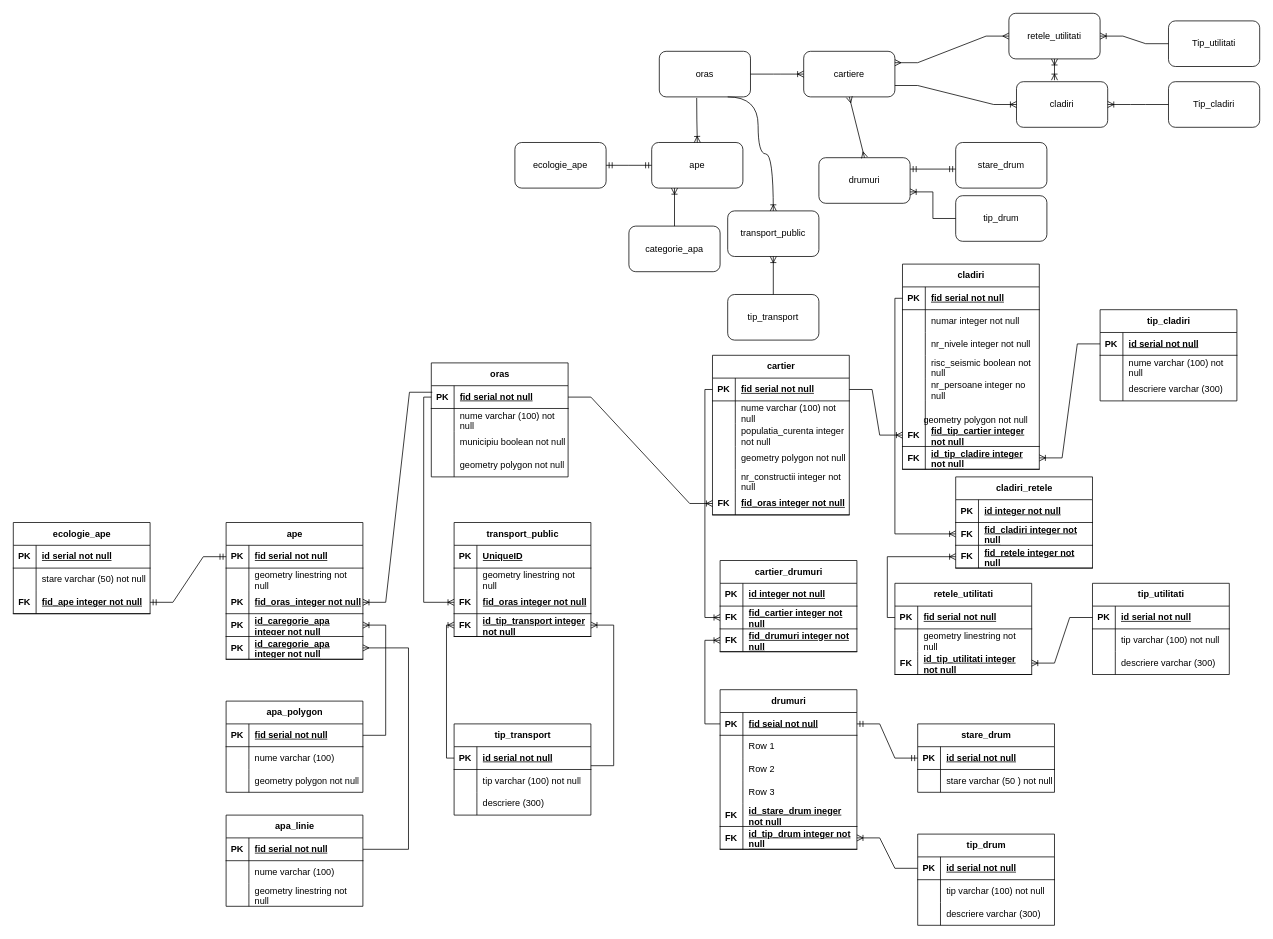
This is Untitled Diagram.drawio from OtenziaGavris/Examen_sem1_Gavris, a draw.io file, before an edit. Source tidied: cells renumbered, new cells numbered last; positions are measured from the earlier drawing's top-left corner, leaving out a move shared by most shapes. Both pictures are drawn from the tidied source at 76%, with x=0, y=0 at pixel (13, 13).
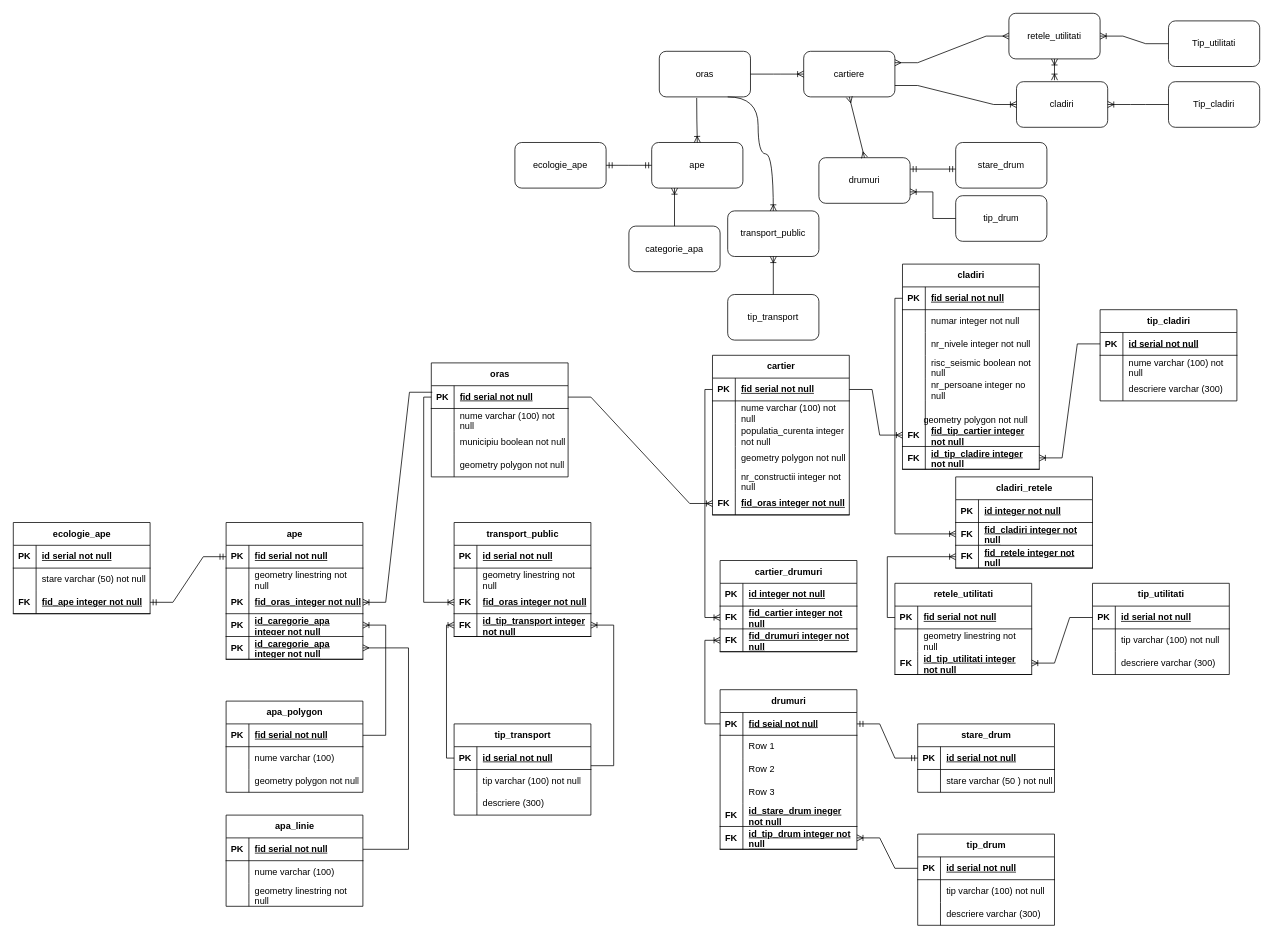
The same page after the edit.

Unchanged cells that the change refers to:
```xml
<mxCell id="185" style="shape=tableRow;horizontal=0;startSize=0;swimlaneHead=0;swimlaneBody=0;fillColor=none;top=0;left=0;right=0;bottom=1;" parent="184" vertex="1">
  <mxGeometry y="30" width="180" height="30" as="geometry" />
</mxCell>
```

Diff of the diagram source:
```diff
@@
-    <mxCell id="187" value="UniqueID" style="shape=partialRectangle;fillColor=none;top=0;left=0;bottom=0;right=0;align=left;spacingLeft=6;fontStyle=5;overflow=hidden;whiteSpace=wrap;html=1;" parent="185" vertex="1">
+    <mxCell id="187" value="id serial not null" style="shape=partialRectangle;fillColor=none;top=0;left=0;bottom=0;right=0;align=left;spacingLeft=6;fontStyle=5;overflow=hidden;whiteSpace=wrap;html=1;" parent="185" vertex="1">
       <mxGeometry x="30" width="150" height="30" as="geometry" />
     </mxCell>
```
